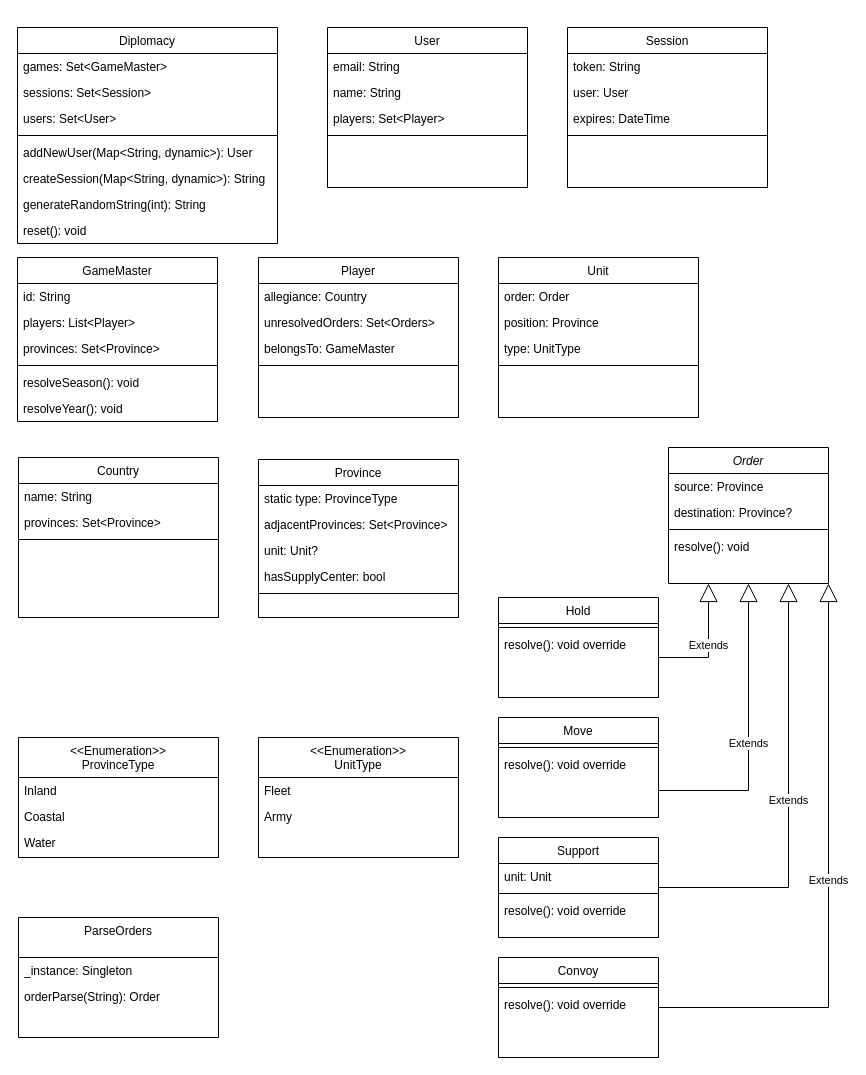
Earlier version of the draw.io diagram docs/backend-uml.drawio (CPTR450-Diplomacy/backend). Source tidied: cells renumbered, new cells numbered last; positions are measured from the earlier drawing's top-left corner, leaving out a move shared by most shapes. Both pictures are drawn from the tidied source at 100%, with x=0, y=0 at pixel (17, 27).
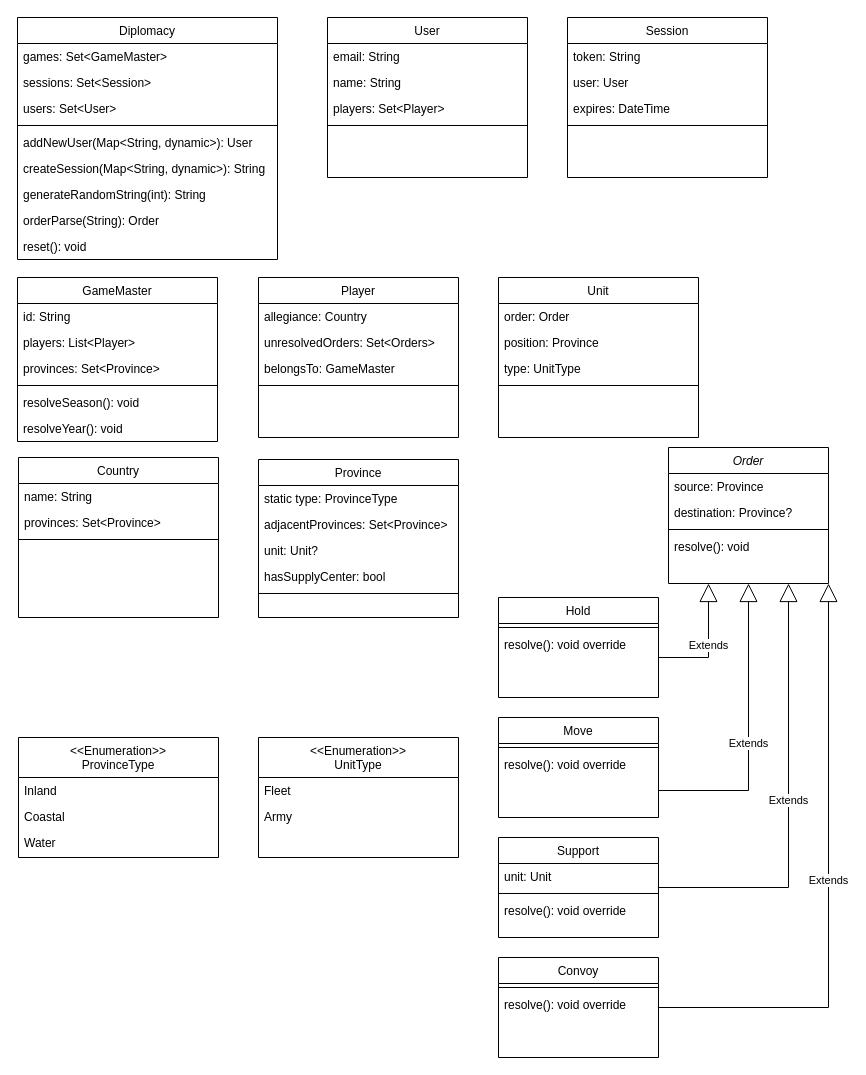
The same page after the edit.

Commit message (it also covers changes not shown here):
Deleted class OrderParsing and moved it into the Diplomacy class (#12)

* Edited UML diagram

* Deleted ParseOrders class

* Edited UML diagram

The edit, as a diff of the source:
```diff
@@
     <mxCell id="2" value="Player" style="swimlane;fontStyle=0;align=center;verticalAlign=top;horizontal=1;startSize=26;rounded=0;shadow=0;strokeWidth=1;" parent="1" vertex="1">
-      <mxGeometry x="241" y="230" width="200" height="160" as="geometry" />
+      <mxGeometry x="241" y="250" width="200" height="160" as="geometry" />
     </mxCell>
@@
     <mxCell id="26" value="GameMaster" style="swimlane;fontStyle=0;align=center;verticalAlign=top;horizontal=1;startSize=26;rounded=0;shadow=0;strokeWidth=1;" parent="1" vertex="1">
-      <mxGeometry y="230" width="200" height="164" as="geometry" />
+      <mxGeometry y="250" width="200" height="164" as="geometry" />
     </mxCell>
@@
     <mxCell id="33" value="Unit" style="swimlane;fontStyle=0;align=center;verticalAlign=top;horizontal=1;startSize=26;rounded=0;shadow=0;strokeWidth=1;" parent="1" vertex="1">
-      <mxGeometry x="481" y="230" width="200" height="160" as="geometry" />
+      <mxGeometry x="481" y="250" width="200" height="160" as="geometry" />
     </mxCell>
@@
     <mxCell id="58" value="Diplomacy" style="swimlane;fontStyle=0;align=center;verticalAlign=top;horizontal=1;startSize=26;rounded=0;shadow=0;strokeWidth=1;" parent="1" vertex="1">
-      <mxGeometry width="260" height="216" as="geometry" />
+      <mxGeometry y="-10" width="260" height="242" as="geometry" />
     </mxCell>
@@
+    <mxCell id="79" value="orderParse(String): Order" style="text;align=left;verticalAlign=top;spacingLeft=4;spacingRight=4;overflow=hidden;" parent="58" vertex="1">
+      <mxGeometry y="190" width="260" height="26" as="geometry" />
+    </mxCell>
     <mxCell id="66" value="reset(): void" style="text;align=left;verticalAlign=top;spacingLeft=4;spacingRight=4;overflow=hidden;" parent="58" vertex="1">
-      <mxGeometry y="190" width="260" height="26" as="geometry" />
+      <mxGeometry y="216" width="260" height="26" as="geometry" />
     </mxCell>
     <mxCell id="67" value="User" style="swimlane;fontStyle=0;align=center;verticalAlign=top;horizontal=1;startSize=26;rounded=0;shadow=0;strokeWidth=1;" parent="1" vertex="1">
-      <mxGeometry x="310" width="200" height="160" as="geometry" />
+      <mxGeometry x="310" y="-10" width="200" height="160" as="geometry" />
     </mxCell>
@@
     <mxCell id="72" value="Session" style="swimlane;fontStyle=0;align=center;verticalAlign=top;horizontal=1;startSize=26;rounded=0;shadow=0;strokeWidth=1;" parent="1" vertex="1">
-      <mxGeometry x="550" width="200" height="160" as="geometry" />
+      <mxGeometry x="550" y="-10" width="200" height="160" as="geometry" />
     </mxCell>
@@
-    <mxCell id="77" value="ParseOrders" style="swimlane;fontStyle=0;align=center;verticalAlign=top;horizontal=1;startSize=40;rounded=0;shadow=0;strokeWidth=1;" parent="1" vertex="1">
-      <mxGeometry x="1" y="890" width="200" height="120" as="geometry" />
-    </mxCell>
-    <mxCell id="78" value="_instance: Singleton" style="text;align=left;verticalAlign=top;spacingLeft=4;spacingRight=4;overflow=hidden;" parent="77" vertex="1">
-      <mxGeometry y="40" width="200" height="26" as="geometry" />
-    </mxCell>
-    <mxCell id="79" value="orderParse(String): Order" style="text;align=left;verticalAlign=top;spacingLeft=4;spacingRight=4;overflow=hidden;" parent="77" vertex="1">
-      <mxGeometry y="66" width="200" height="26" as="geometry" />
-    </mxCell>
```
